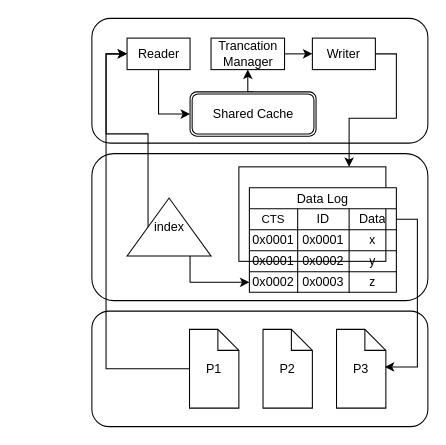
This is PMDB.drawio from rehoboan/Draw-Files, a draw.io file, before an edit. Source tidied: cells renumbered, new cells numbered last; positions are measured from the earlier drawing's top-left corner, leaving out a move shared by most shapes. Both pictures are drawn from the tidied source at 105%, with x=0, y=0 at pixel (91, 18).
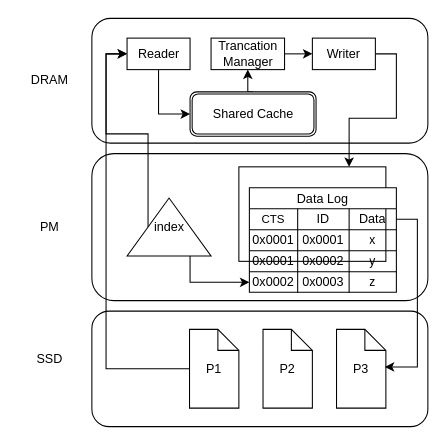
Above is the later version.

Change to the diagram source:
```diff
@@
+    <mxCell id="39" value="DRAM" style="text;html=1;strokeColor=none;fillColor=none;align=center;verticalAlign=middle;whiteSpace=wrap;rounded=0;" parent="1" vertex="1">
+      <mxGeometry x="-70" y="44.4" width="60" height="30" as="geometry" />
+    </mxCell>
+    <mxCell id="40" value="PM" style="text;html=1;strokeColor=none;fillColor=none;align=center;verticalAlign=middle;whiteSpace=wrap;rounded=0;" parent="1" vertex="1">
+      <mxGeometry x="-70" y="183.8" width="60" height="30" as="geometry" />
+    </mxCell>
+    <mxCell id="41" value="SSD" style="text;html=1;strokeColor=none;fillColor=none;align=center;verticalAlign=middle;whiteSpace=wrap;rounded=0;" parent="1" vertex="1">
+      <mxGeometry x="-70" y="310" width="60" height="30" as="geometry" />
+    </mxCell>
```
